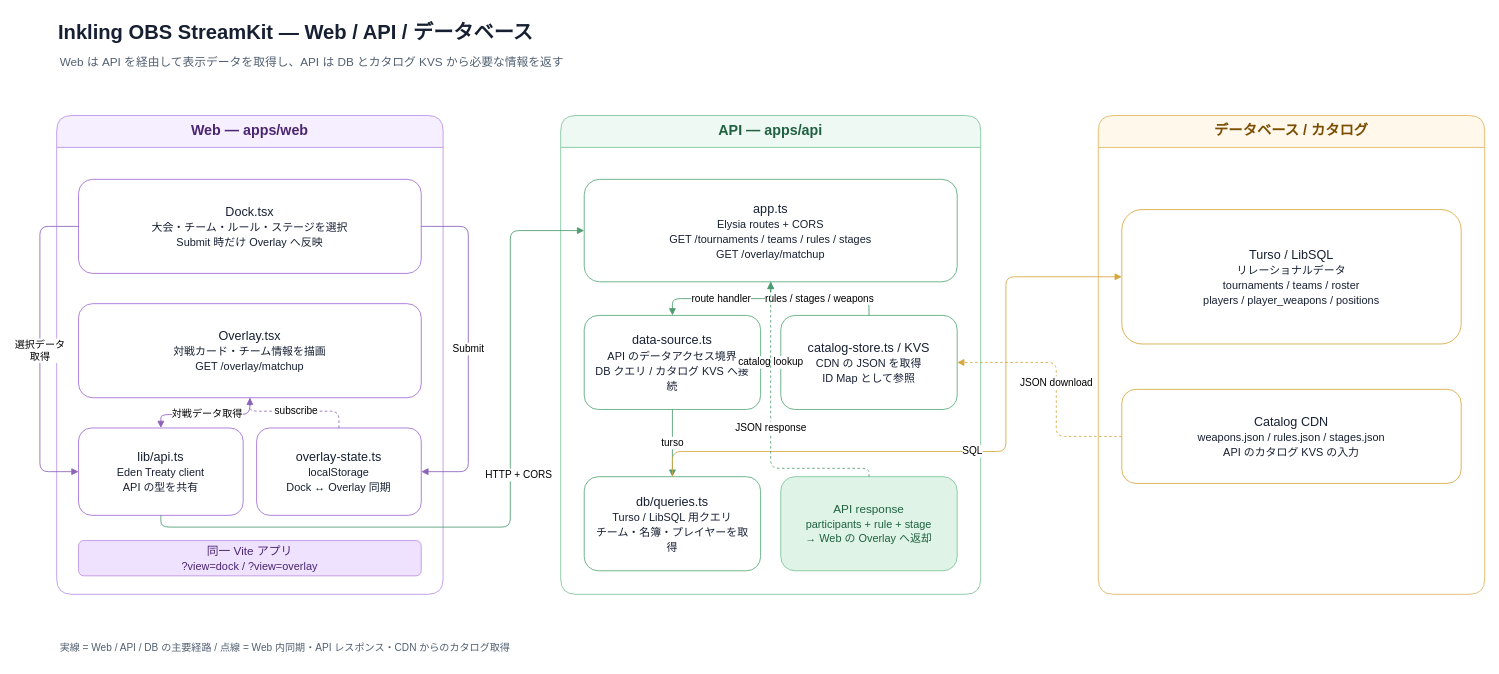
The draw.io diagram docs/architecture-component-diagram.drawio in toy101/inkling-obs-streamkit, before the edit. Source tidied: cells renumbered, new cells numbered last; positions are measured from the earlier drawing's top-left corner, leaving out a move shared by most shapes. Both pictures are drawn from the tidied source at 84%, with x=0, y=0 at pixel (39, 14).
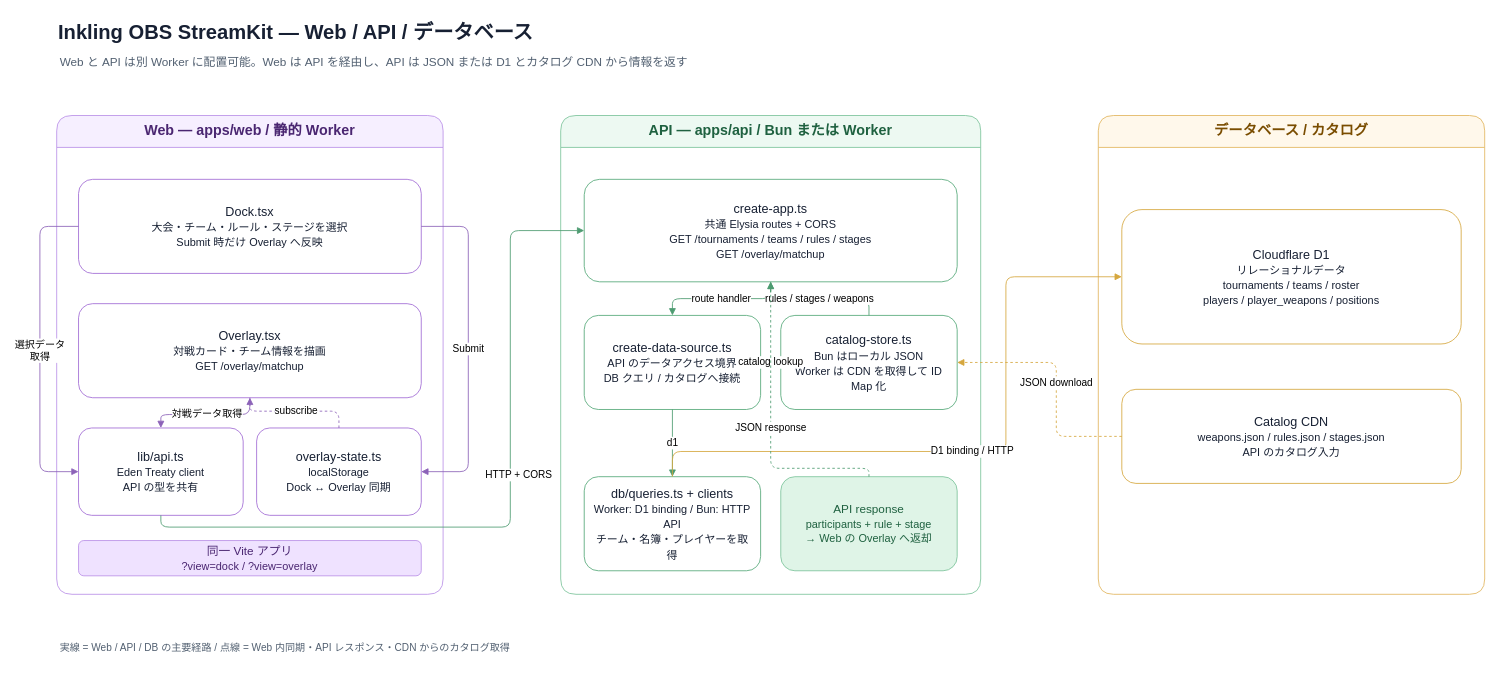
The same page after the edit.

Unchanged cells that the change refers to:
```xml
<mxCell id="17" value="データベース / カタログ" style="swimlane;html=1;rounded=1;arcSize=16;horizontal=1;startSize=38;fillColor=#fff8eb;strokeColor=#e2b65f;fontColor=#7a4d00;fontStyle=1;fontSize=17;whiteSpace=wrap;" parent="1" vertex="1">
  <mxGeometry x="1260" y="120" width="460" height="570" as="geometry" />
</mxCell>
```

Diff of the diagram source:
```diff
@@
-    <mxCell id="3" value="Web は API を経由して表示データを取得し、API は DB とカタログ KVS から必要な情報を返す" style="text;html=1;strokeColor=none;fillColor=none;align=left;verticalAlign=middle;fontSize=14;fontColor=#526071;" parent="1" vertex="1">
+    <mxCell id="3" value="Web と API は別 Worker に配置可能。Web は API を経由し、API は JSON または D1 とカタログ CDN から情報を返す" style="text;html=1;strokeColor=none;fillColor=none;align=left;verticalAlign=middle;fontSize=14;fontColor=#526071;" parent="1" vertex="1">
       <mxGeometry x="22" y="42" width="1500" height="30" as="geometry" />
     </mxCell>
-    <mxCell id="4" value="Web — apps/web" style="swimlane;html=1;rounded=1;arcSize=16;horizontal=1;startSize=38;fillColor=#f6efff;strokeColor=#ba91e7;fontColor=#4a2671;fontStyle=1;fontSize=17;whiteSpace=wrap;" parent="1" vertex="1">
+    <mxCell id="4" value="Web — apps/web / 静的 Worker" style="swimlane;html=1;rounded=1;arcSize=16;horizontal=1;startSize=38;fillColor=#f6efff;strokeColor=#ba91e7;fontColor=#4a2671;fontStyle=1;fontSize=17;whiteSpace=wrap;" parent="1" vertex="1">
       <mxGeometry x="20" y="120" width="460" height="570" as="geometry" />
     </mxCell>
@@
-    <mxCell id="11" value="API — apps/api" style="swimlane;html=1;rounded=1;arcSize=16;horizontal=1;startSize=38;fillColor=#edf9f2;strokeColor=#7cc49b;fontColor=#1f6140;fontStyle=1;fontSize=17;whiteSpace=wrap;" parent="1" vertex="1">
+    <mxCell id="11" value="API — apps/api / Bun または Worker" style="swimlane;html=1;rounded=1;arcSize=16;horizontal=1;startSize=38;fillColor=#edf9f2;strokeColor=#7cc49b;fontColor=#1f6140;fontStyle=1;fontSize=17;whiteSpace=wrap;" parent="1" vertex="1">
       <mxGeometry x="620" y="120" width="500" height="570" as="geometry" />
     </mxCell>
-    <mxCell id="12" value="app.ts&lt;br&gt;&lt;font style=&quot;font-size:13px&quot;&gt;Elysia routes + CORS&lt;br&gt;GET /tournaments / teams / rules / stages&lt;br&gt;GET /overlay/matchup&lt;/font&gt;" style="rounded=1;whiteSpace=wrap;html=1;fillColor=#ffffff;strokeColor=#55a879;fontColor=#172033;fontSize=15;spacing=12;" parent="11" vertex="1">
+    <mxCell id="12" value="create-app.ts&lt;br&gt;&lt;font style=&quot;font-size:13px&quot;&gt;共通 Elysia routes + CORS&lt;br&gt;GET /tournaments / teams / rules / stages&lt;br&gt;GET /overlay/matchup&lt;/font&gt;" style="rounded=1;whiteSpace=wrap;html=1;fillColor=#ffffff;strokeColor=#55a879;fontColor=#172033;fontSize=15;spacing=12;" parent="11" vertex="1">
       <mxGeometry x="28" y="76" width="444" height="122" as="geometry" />
     </mxCell>
-    <mxCell id="13" value="data-source.ts&lt;br&gt;&lt;font style=&quot;font-size:13px&quot;&gt;API のデータアクセス境界&lt;br&gt;DB クエリ / カタログ KVS へ接続&lt;/font&gt;" style="rounded=1;whiteSpace=wrap;html=1;fillColor=#ffffff;strokeColor=#55a879;fontColor=#172033;fontSize=15;spacing=12;" parent="11" vertex="1">
+    <mxCell id="13" value="create-data-source.ts&lt;br&gt;&lt;font style=&quot;font-size:13px&quot;&gt;API のデータアクセス境界&lt;br&gt;DB クエリ / カタログへ接続&lt;/font&gt;" style="rounded=1;whiteSpace=wrap;html=1;fillColor=#ffffff;strokeColor=#55a879;fontColor=#172033;fontSize=15;spacing=12;" parent="11" vertex="1">
       <mxGeometry x="28" y="238" width="210" height="112" as="geometry" />
     </mxCell>
-    <mxCell id="14" value="catalog-store.ts / KVS&lt;br&gt;&lt;font style=&quot;font-size:13px&quot;&gt;CDN の JSON を取得&lt;br&gt;ID Map として参照&lt;/font&gt;" style="rounded=1;whiteSpace=wrap;html=1;fillColor=#ffffff;strokeColor=#55a879;fontColor=#172033;fontSize=15;spacing=12;" parent="11" vertex="1">
+    <mxCell id="14" value="catalog-store.ts&lt;br&gt;&lt;font style=&quot;font-size:13px&quot;&gt;Bun はローカル JSON&lt;br&gt;Worker は CDN を取得して ID Map 化&lt;/font&gt;" style="rounded=1;whiteSpace=wrap;html=1;fillColor=#ffffff;strokeColor=#55a879;fontColor=#172033;fontSize=15;spacing=12;" parent="11" vertex="1">
       <mxGeometry x="262" y="238" width="210" height="112" as="geometry" />
     </mxCell>
-    <mxCell id="15" value="db/queries.ts&lt;br&gt;&lt;font style=&quot;font-size:13px&quot;&gt;Turso / LibSQL 用クエリ&lt;br&gt;チーム・名簿・プレイヤーを取得&lt;/font&gt;" style="rounded=1;whiteSpace=wrap;html=1;fillColor=#ffffff;strokeColor=#55a879;fontColor=#172033;fontSize=15;spacing=12;" parent="11" vertex="1">
+    <mxCell id="15" value="db/queries.ts + clients&lt;br&gt;&lt;font style=&quot;font-size:13px&quot;&gt;Worker: D1 binding / Bun: HTTP API&lt;br&gt;チーム・名簿・プレイヤーを取得&lt;/font&gt;" style="rounded=1;whiteSpace=wrap;html=1;fillColor=#ffffff;strokeColor=#55a879;fontColor=#172033;fontSize=15;spacing=12;" parent="11" vertex="1">
       <mxGeometry x="28" y="430" width="210" height="112" as="geometry" />
     </mxCell>
@@
-    <mxCell id="18" value="Turso / LibSQL&lt;br&gt;&lt;font style=&quot;font-size:13px&quot;&gt;リレーショナルデータ&lt;br&gt;tournaments / teams / roster&lt;br&gt;players / player_weapons / positions&lt;/font&gt;" style="rounded=1;whiteSpace=wrap;html=1;fillColor=#ffffff;strokeColor=#d6a73f;fontColor=#172033;fontSize=15;spacing=12;" parent="17" vertex="1">
-      <mxGeometry x="28" y="112" width="404" height="160" as="geometry" />
-    </mxCell>
+    <mxCell id="32" value="Cloudflare D1&lt;br&gt;&lt;font style=&quot;font-size:13px&quot;&gt;リレーショナルデータ&lt;br&gt;tournaments / teams / roster&lt;br&gt;players / player_weapons / positions&lt;/font&gt;" style="rounded=1;whiteSpace=wrap;html=1;fillColor=#ffffff;strokeColor=#d6a73f;fontColor=#172033;fontSize=15;spacing=12;" parent="17" vertex="1">
+      <mxGeometry x="28" y="112" width="404" height="160" as="geometry" />
+    </mxCell>
-    <mxCell id="19" value="Catalog CDN&lt;br&gt;&lt;font style=&quot;font-size:13px&quot;&gt;weapons.json / rules.json / stages.json&lt;br&gt;API のカタログ KVS の入力&lt;/font&gt;" style="rounded=1;whiteSpace=wrap;html=1;fillColor=#ffffff;strokeColor=#d6a73f;fontColor=#172033;fontSize=15;spacing=12;" parent="17" vertex="1">
+    <mxCell id="19" value="Catalog CDN&lt;br&gt;&lt;font style=&quot;font-size:13px&quot;&gt;weapons.json / rules.json / stages.json&lt;br&gt;API のカタログ入力&lt;/font&gt;" style="rounded=1;whiteSpace=wrap;html=1;fillColor=#ffffff;strokeColor=#d6a73f;fontColor=#172033;fontSize=15;spacing=12;" parent="17" vertex="1">
       <mxGeometry x="28" y="326" width="404" height="112" as="geometry" />
     </mxCell>
@@
-    <mxCell id="25" value="turso" style="edgeStyle=orthogonalEdgeStyle;rounded=1;jettySize=auto;html=1;strokeColor=#4d9b71;endArrow=block;endFill=1;fontSize=12;" parent="1" edge="1" source="13" target="15">
+    <mxCell id="25" value="d1" style="edgeStyle=orthogonalEdgeStyle;rounded=1;jettySize=auto;html=1;strokeColor=#4d9b71;endArrow=block;endFill=1;fontSize=12;" parent="1" edge="1" source="13" target="15">
       <mxGeometry relative="1" as="geometry" />
     </mxCell>
@@
-    <mxCell id="27" value="SQL" style="edgeStyle=orthogonalEdgeStyle;rounded=1;jettySize=auto;html=1;strokeColor=#d6a73f;endArrow=block;endFill=1;fontSize=12;" parent="1" edge="1" source="15" target="18">
-      <mxGeometry relative="1" as="geometry">
-        <Array as="points">
-          <mxPoint x="753" y="520" />
-          <mxPoint x="1150" y="520" />
-          <mxPoint x="1150" y="312" />
-        </Array>
-      </mxGeometry>
-    </mxCell>
+    <mxCell id="33" value="D1 binding / HTTP" style="edgeStyle=orthogonalEdgeStyle;rounded=1;jettySize=auto;html=1;strokeColor=#d6a73f;endArrow=block;endFill=1;fontSize=12;" parent="1" edge="1" source="15" target="32">
+      <mxGeometry relative="1" as="geometry">
+        <Array as="points">
+          <mxPoint x="753" y="520" />
+          <mxPoint x="1150" y="520" />
+          <mxPoint x="1150" y="312" />
+        </Array>
+      </mxGeometry>
+    </mxCell>
```
